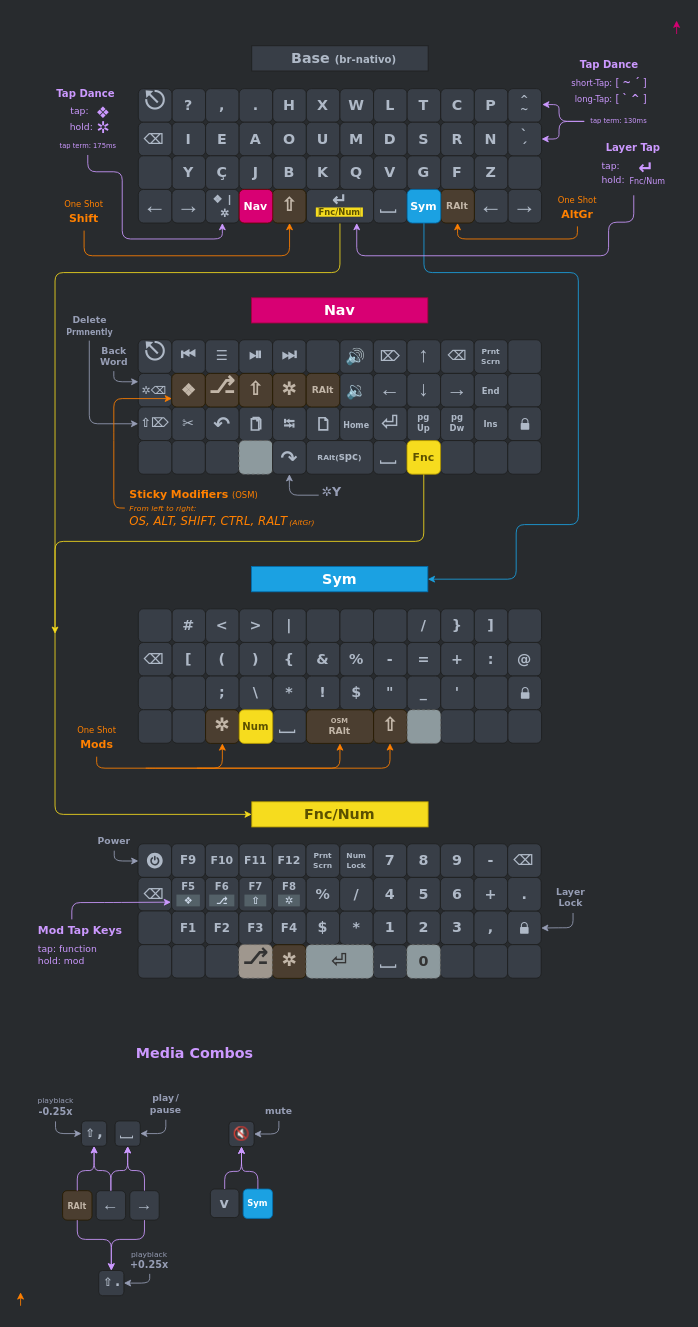
DropDeadAlex/sys-customs keeps this draw.io diagram as page "layers" (1 of 3) of Keyboards/diagram/CSTC40.drawio. Above is the earlier version. Source tidied: cells renumbered, new cells numbered last; positions are measured from the earlier drawing's top-left corner, leaving out a move shared by most shapes. Both pictures are drawn from the tidied source at 84%, with x=0, y=0 at pixel (20, 20).
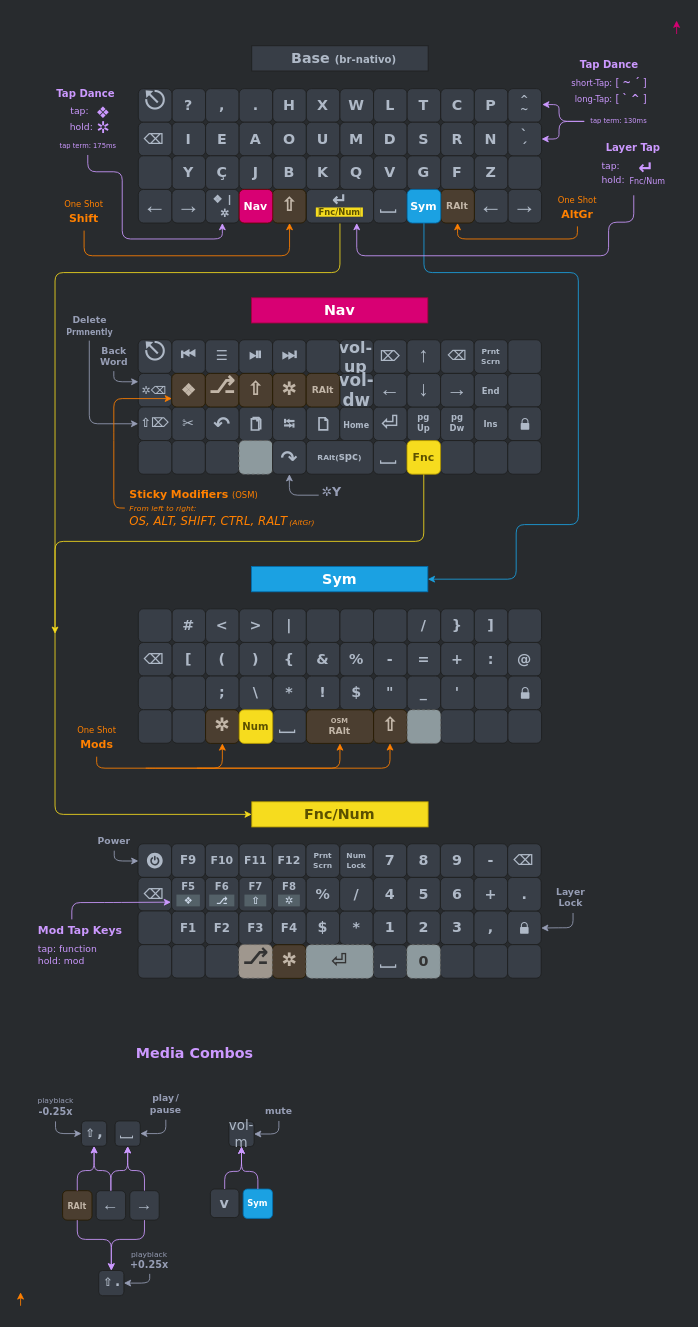
Above is the later version.

Commit message:
revert volmojis

Diff of the diagram source:
```diff
@@
-    <mxCell id="3" value="🔊" style="whiteSpace=wrap;html=1;fontSize=19;fontFamily=Verdana;fontStyle=1;fontColor=#AFB9C7;fillColor=#383E47;rounded=1;strokeColor=#1E1F20;spacingRight=2;" parent="1" vertex="1">
+    <mxCell id="3" value="vol-up" style="whiteSpace=wrap;html=1;fontSize=19;fontFamily=Verdana;fontStyle=1;fontColor=#AFB9C7;fillColor=#383E47;rounded=1;strokeColor=#1E1F20;spacingRight=2;" parent="1" vertex="1">
       <mxGeometry x="380" y="380" width="40" height="40" as="geometry" />
     </mxCell>
@@
-    <mxCell id="65" value="🔉" style="whiteSpace=wrap;html=1;fontSize=20;fontFamily=Verdana;fontStyle=1;fontColor=#AFB9C7;fillColor=#383E47;rounded=1;spacingTop=-2;spacingLeft=0;strokeColor=#1E1F20;spacingRight=0;" parent="1" vertex="1">
+    <mxCell id="65" value="vol-dw" style="whiteSpace=wrap;html=1;fontSize=20;fontFamily=Verdana;fontStyle=1;fontColor=#AFB9C7;fillColor=#383E47;rounded=1;spacingTop=-2;spacingLeft=0;strokeColor=#1E1F20;spacingRight=0;" parent="1" vertex="1">
       <mxGeometry x="380" y="420" width="40" height="40" as="geometry" />
     </mxCell>
@@
-    <mxCell id="263" value="🔇" style="whiteSpace=wrap;html=1;rotation=0;fontSize=16;fontFamily=Verdana;fontStyle=0;fontColor=#AFB9C7;fillColor=#383E47;rounded=1;strokeColor=#1E1F20;horizontal=1;spacingLeft=0;spacingTop=-2;spacingRight=0;" parent="1" vertex="1">
+    <mxCell id="263" value="vol-m" style="whiteSpace=wrap;html=1;rotation=0;fontSize=16;fontFamily=Verdana;fontStyle=0;fontColor=#AFB9C7;fillColor=#383E47;rounded=1;strokeColor=#1E1F20;horizontal=1;spacingLeft=0;spacingTop=-2;spacingRight=0;" parent="1" vertex="1">
       <mxGeometry x="248" y="1310.5" width="30" height="30" as="geometry" />
     </mxCell>
```
